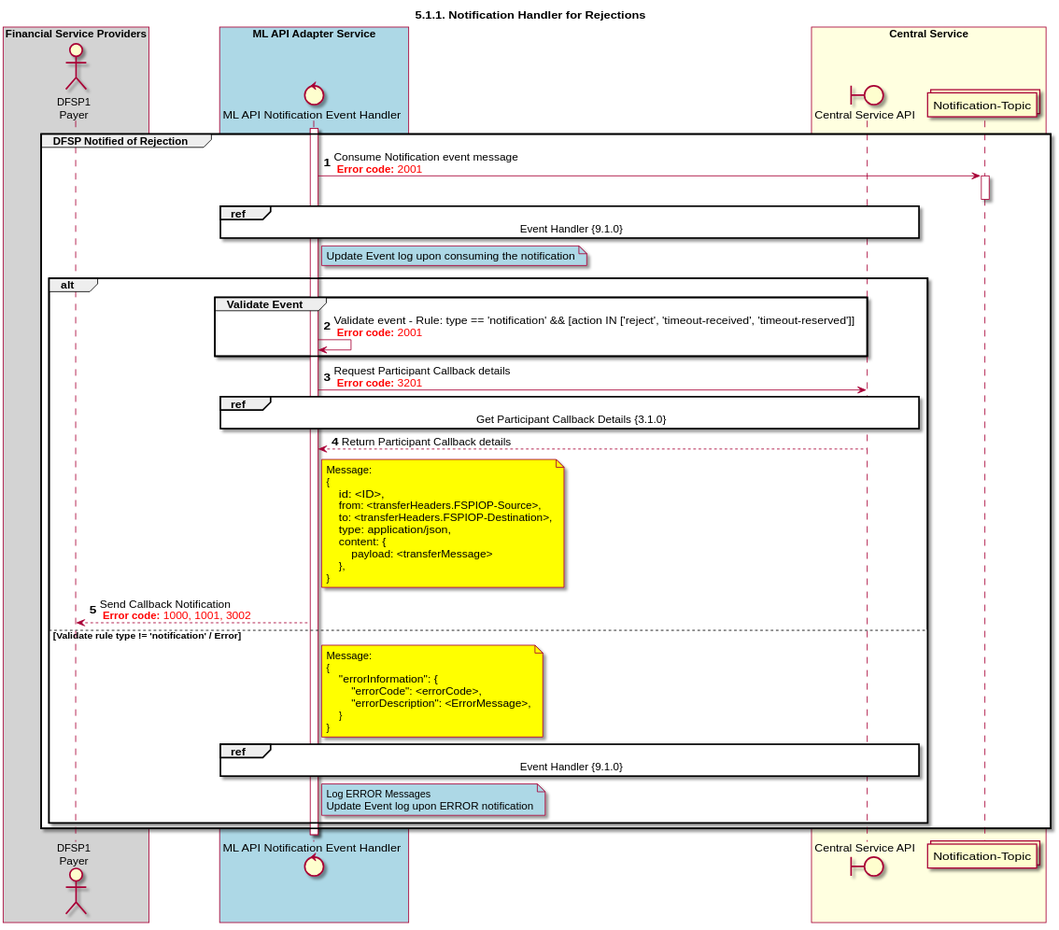
This is CentralServices/seq_diagrams/seq-notification-reject-5.1.1.svg from ggrg/docs, a PlantUML export, as it was before one commit.
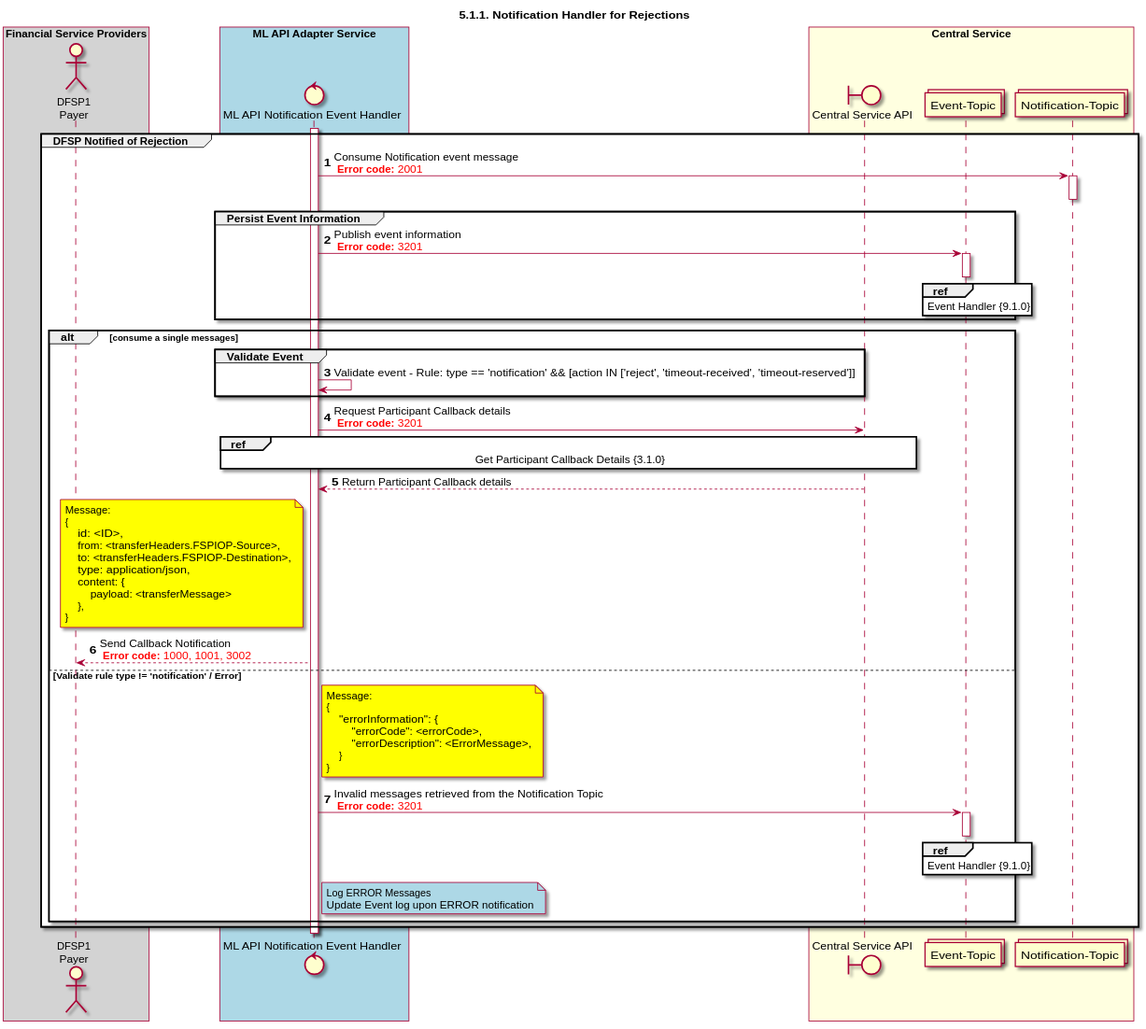
The same file after the commit.

What changed in the source:
```diff
@@ -4,9 +4,11 @@
 autonumber
 
 
+
 actor "DFSP1\nPayer" as DFSP1
 control "ML API Notification Event Handler" as NOTIFY_HANDLER
 boundary "Central Service API" as CSAPI
+collections "Event-Topic" as TOPIC_EVENT
 collections "Notification-Topic" as TOPIC_NOTIFICATIONS
 
 box "Financial Service Providers" #lightGray
@@ -19,28 +21,31 @@
 
 box "Central Service" #LightYellow
     participant CSAPI
+    participant TOPIC_EVENT
     participant TOPIC_NOTIFICATIONS
 end box
 
-activate NOTIFY_HANDLER
 
 group DFSP Notified of Rejection
-    NOTIFY_HANDLER -> TOPIC_NOTIFICATIONS: Consume Notification event message \n <color #FF0000><b>Error code:</b> 2001 </color>
-    activate TOPIC_NOTIFICATIONS
-    deactivate TOPIC_NOTIFICATIONS
-        ref over NOTIFY_HANDLER, CSAPI: Event Handler {9.1.0}
-        note right of NOTIFY_HANDLER #lightblue
-            Update Event log upon consuming the notification
-        end note
+    activate NOTIFY_HANDLER
+        NOTIFY_HANDLER -> TOPIC_NOTIFICATIONS: Consume Notification event message \n <color #FF0000><b>Error code:</b> 2001 </color>
+        activate TOPIC_NOTIFICATIONS
+        deactivate TOPIC_NOTIFICATIONS
+            group Persist Event Information
+                NOTIFY_HANDLER -> TOPIC_EVENT: Publish event information \n <color #FF0000><b>Error code:</b> 3201 </color>
+                activate TOPIC_EVENT
+	            ref over TOPIC_EVENT :  Event Handler {9.1.0}
+                deactivate TOPIC_EVENT
+            end
 
-        alt
+    alt consume a single messages
         group Validate Event
-            NOTIFY_HANDLER <-> NOTIFY_HANDLER: Validate event - Rule: type == 'notification' && [action IN ['reject', 'timeout-received', 'timeout-reserved']] \n <color #FF0000><b>Error code:</b> 2001 </color>
+            NOTIFY_HANDLER <-> NOTIFY_HANDLER: Validate event - Rule: type == 'notification' && [action IN ['reject', 'timeout-received', 'timeout-reserved']]
         end
         NOTIFY_HANDLER -> CSAPI: Request Participant Callback details \n <color #FF0000><b>Error code:</b> 3201 </color>
         ref over NOTIFY_HANDLER, CSAPI: Get Participant Callback Details {3.1.0}
         NOTIFY_HANDLER <-- CSAPI: Return Participant Callback details
-        note right of NOTIFY_HANDLER #yellow
+        note left of NOTIFY_HANDLER #yellow
             Message:
             {
                 id: <ID>,
@@ -52,7 +57,6 @@
                 },
             }
         end note
-
         NOTIFY_HANDLER --> DFSP1: Send Callback Notification \n <color #FF0000><b>Error code:</b> 1000, 1001, 3002 </color>
     else Validate rule type != 'notification' / Error
         note right of NOTIFY_HANDLER #yellow
@@ -64,13 +68,14 @@
                 }
             }
         end note
-        ref over NOTIFY_HANDLER, CSAPI: Event Handler {9.1.0}
+        NOTIFY_HANDLER -> TOPIC_EVENT: Invalid messages retrieved from the Notification Topic \n <color #FF0000><b>Error code:</b> 3201 </color>
+        activate TOPIC_EVENT
+        deactivate TOPIC_EVENT
+        ref over TOPIC_EVENT: Event Handler {9.1.0}
         note right of NOTIFY_HANDLER #lightblue
             Log ERROR Messages
             Update Event log upon ERROR notification
         end note
     end
 end
-deactivate TOPIC_NOTIFICATIONS
-
 @enduml
```
